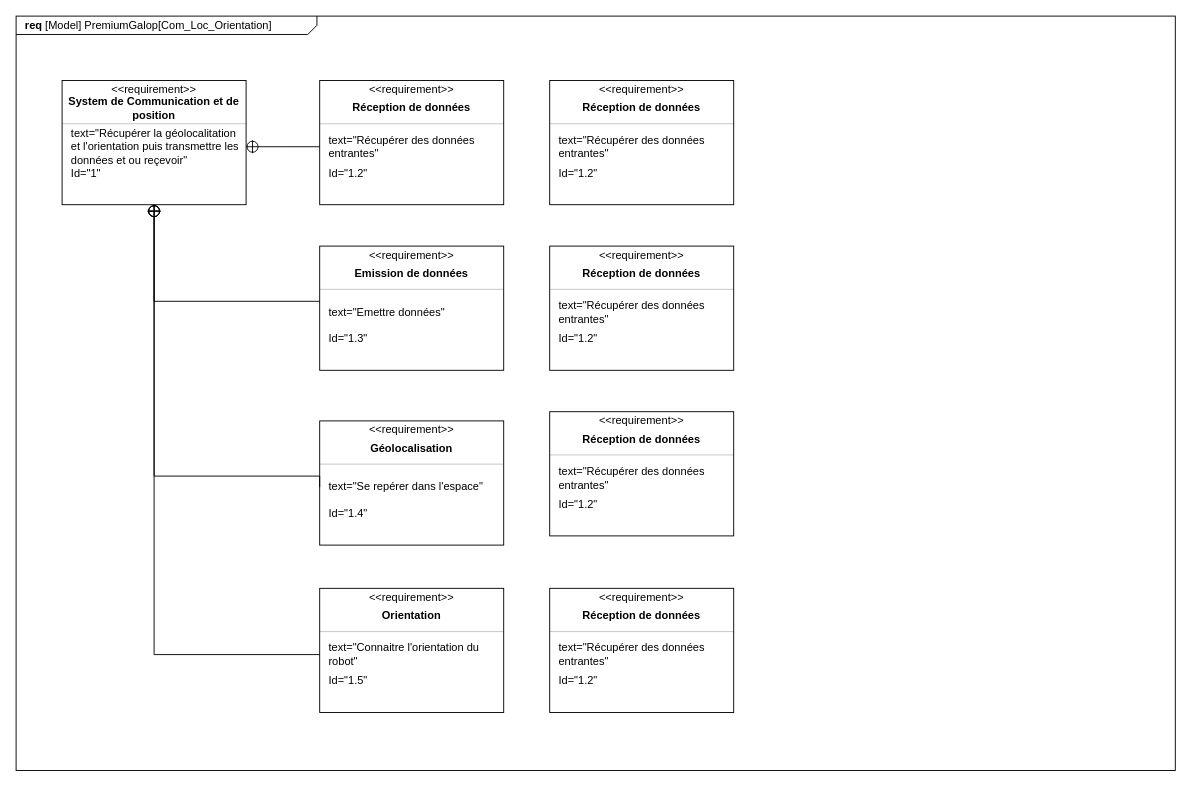
The draw.io diagram SYSML/Req_communication_géolocalisation_orientation.drawio in ToGen49/Hippodrome, before the edit. Source tidied: cells renumbered, new cells numbered last; positions are measured from the earlier drawing's top-left corner, leaving out a move shared by most shapes. Both pictures are drawn from the tidied source at 92%, with x=0, y=0 at pixel (16, 16).
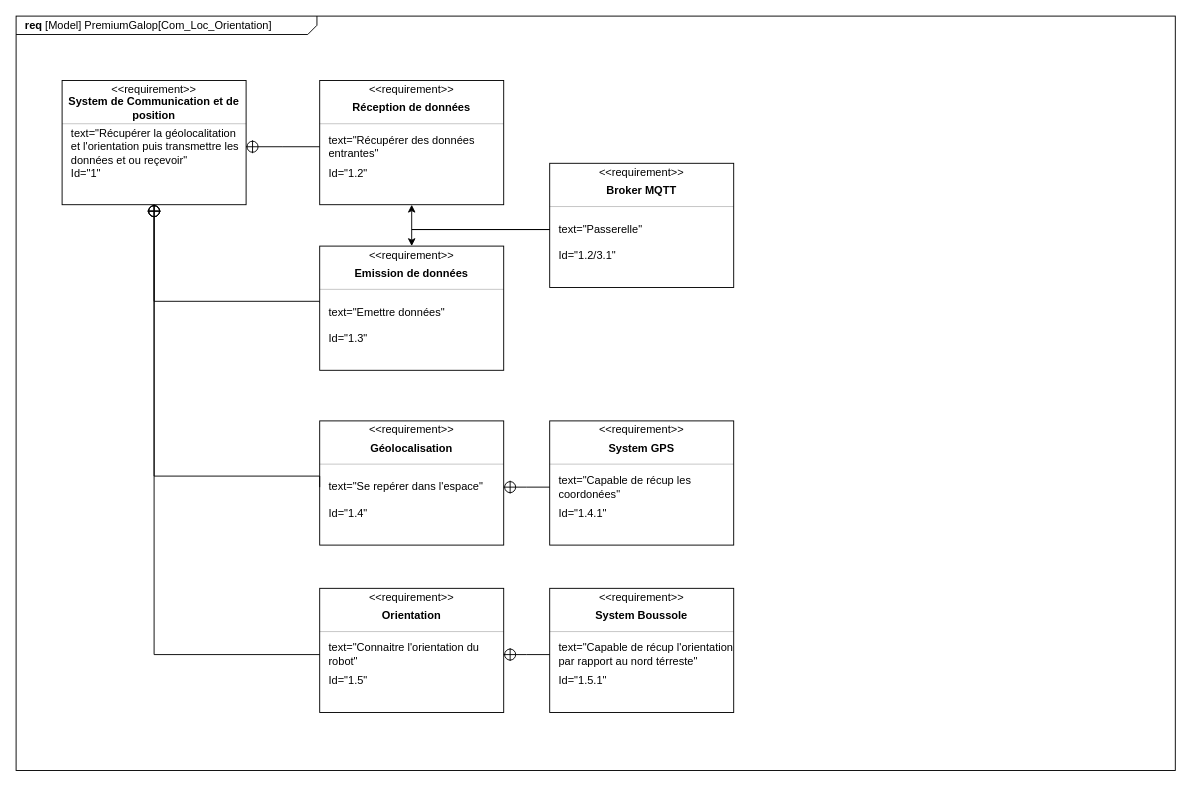
Above is the later version.

Commit message:
Mettre à jour Req_communication_géolocalisation_orientation.drawio

The change refers to these unchanged cells:
```xml
<mxCell id="16" style="html=1;align=center;spacing=0;verticalAlign=middle;strokeColor=none;fillColor=none;whiteSpace=wrap;" parent="10" vertex="1">
  <mxGeometry y="109" width="200" height="26" as="geometry" />
</mxCell>
<mxCell id="20" value="&amp;lt;&amp;lt;requirement&amp;gt;&amp;gt;" style="html=1;align=center;spacing=0;verticalAlign=middle;strokeColor=none;fillColor=none;whiteSpace=wrap;spacingTop=3;" parent="19" vertex="1">
  <mxGeometry width="200" height="16" as="geometry" />
</mxCell>
<mxCell id="30" value="text=&quot;Se repérer dans l'espace&quot;" style="html=1;align=left;spacing=0;verticalAlign=middle;strokeColor=none;fillColor=none;whiteSpace=wrap;spacingLeft=10;" parent="26" vertex="1">
  <mxGeometry y="51" width="200" height="42" as="geometry" />
</mxCell>
<mxCell id="38" value="text=&quot;Connaitre l'orientation du robot&quot;" style="html=1;align=left;spacing=0;verticalAlign=middle;strokeColor=none;fillColor=none;whiteSpace=wrap;spacingLeft=10;" parent="34" vertex="1">
  <mxGeometry y="51" width="200" height="42" as="geometry" />
</mxCell>
<mxCell id="63" style="fontStyle=1;align=center;verticalAlign=middle;horizontal=1;" parent="1" vertex="1">
  <mxGeometry x="580" y="622" width="200" height="135" as="geometry" />
</mxCell>
```

Change to the diagram source:
```diff
@@
     <mxCell id="42" style="fontStyle=1;align=center;verticalAlign=middle;horizontal=1;" parent="1" vertex="1">
-      <mxGeometry x="580" y="70" width="200" height="135" as="geometry" />
+      <mxGeometry x="580" y="160" width="200" height="135" as="geometry" />
     </mxCell>
@@
-    <mxCell id="44" value="Réception de données" style="html=1;align=center;spacing=0;verticalAlign=middle;strokeColor=none;fillColor=none;whiteSpace=wrap;fontStyle=1;" parent="42" vertex="1">
+    <mxCell id="44" value="Broker MQTT" style="html=1;align=center;spacing=0;verticalAlign=middle;strokeColor=none;fillColor=none;whiteSpace=wrap;fontStyle=1;" parent="42" vertex="1">
       <mxGeometry y="16" width="200" height="27" as="geometry" />
     </mxCell>
@@
-    <mxCell id="46" value="text=&quot;Récupérer des données entrantes&quot;" style="html=1;align=left;spacing=0;verticalAlign=middle;strokeColor=none;fillColor=none;whiteSpace=wrap;spacingLeft=10;" parent="42" vertex="1">
+    <mxCell id="46" value="text=&quot;Passerelle&quot;" style="html=1;align=left;spacing=0;verticalAlign=middle;strokeColor=none;fillColor=none;whiteSpace=wrap;spacingLeft=10;" parent="42" vertex="1">
       <mxGeometry y="51" width="200" height="42" as="geometry" />
     </mxCell>
-    <mxCell id="47" value="Id=&quot;1.2&quot;" style="html=1;align=left;spacing=0;verticalAlign=middle;strokeColor=none;fillColor=none;whiteSpace=wrap;spacingLeft=10;" parent="42" vertex="1">
+    <mxCell id="47" value="Id=&quot;1.2/3.1&quot;" style="html=1;align=left;spacing=0;verticalAlign=middle;strokeColor=none;fillColor=none;whiteSpace=wrap;spacingLeft=10;" parent="42" vertex="1">
       <mxGeometry y="93" width="200" height="16" as="geometry" />
     </mxCell>
@@
-    <mxCell id="49" style="fontStyle=1;align=center;verticalAlign=middle;horizontal=1;" parent="1" vertex="1">
-      <mxGeometry x="580" y="250" width="200" height="135" as="geometry" />
-    </mxCell>
-    <mxCell id="50" value="&amp;lt;&amp;lt;requirement&amp;gt;&amp;gt;" style="html=1;align=center;spacing=0;verticalAlign=middle;strokeColor=none;fillColor=none;whiteSpace=wrap;spacingTop=3;" parent="49" vertex="1">
-      <mxGeometry width="200" height="16" as="geometry" />
-    </mxCell>
-    <mxCell id="51" value="Réception de données" style="html=1;align=center;spacing=0;verticalAlign=middle;strokeColor=none;fillColor=none;whiteSpace=wrap;fontStyle=1;" parent="49" vertex="1">
-      <mxGeometry y="16" width="200" height="27" as="geometry" />
-    </mxCell>
-    <mxCell id="52" style="line;strokeWidth=0.25;fillColor=none;align=left;verticalAlign=middle;spacingTop=-1;spacingLeft=3;spacingRight=3;labelPosition=right;" parent="49" vertex="1">
-      <mxGeometry y="43" width="200" height="8" as="geometry" />
-    </mxCell>
-    <mxCell id="53" value="text=&quot;Récupérer des données entrantes&quot;" style="html=1;align=left;spacing=0;verticalAlign=middle;strokeColor=none;fillColor=none;whiteSpace=wrap;spacingLeft=10;" parent="49" vertex="1">
-      <mxGeometry y="51" width="200" height="42" as="geometry" />
-    </mxCell>
-    <mxCell id="54" value="Id=&quot;1.2&quot;" style="html=1;align=left;spacing=0;verticalAlign=middle;strokeColor=none;fillColor=none;whiteSpace=wrap;spacingLeft=10;" parent="49" vertex="1">
-      <mxGeometry y="93" width="200" height="16" as="geometry" />
-    </mxCell>
-    <mxCell id="55" style="html=1;align=center;spacing=0;verticalAlign=middle;strokeColor=none;fillColor=none;whiteSpace=wrap;" parent="49" vertex="1">
-      <mxGeometry y="109" width="200" height="26" as="geometry" />
-    </mxCell>
     <mxCell id="56" style="fontStyle=1;align=center;verticalAlign=middle;horizontal=1;" parent="1" vertex="1">
-      <mxGeometry x="580" y="430" width="200" height="135" as="geometry" />
+      <mxGeometry x="580" y="440" width="200" height="135" as="geometry" />
     </mxCell>
@@
-    <mxCell id="58" value="Réception de données" style="html=1;align=center;spacing=0;verticalAlign=middle;strokeColor=none;fillColor=none;whiteSpace=wrap;fontStyle=1;" parent="56" vertex="1">
+    <mxCell id="58" value="System GPS" style="html=1;align=center;spacing=0;verticalAlign=middle;strokeColor=none;fillColor=none;whiteSpace=wrap;fontStyle=1;" parent="56" vertex="1">
       <mxGeometry y="16" width="200" height="27" as="geometry" />
     </mxCell>
@@
-    <mxCell id="60" value="text=&quot;Récupérer des données entrantes&quot;" style="html=1;align=left;spacing=0;verticalAlign=middle;strokeColor=none;fillColor=none;whiteSpace=wrap;spacingLeft=10;" parent="56" vertex="1">
+    <mxCell id="60" value="text=&quot;Capable de récup les coordonées&quot;" style="html=1;align=left;spacing=0;verticalAlign=middle;strokeColor=none;fillColor=none;whiteSpace=wrap;spacingLeft=10;" parent="56" vertex="1">
       <mxGeometry y="51" width="200" height="42" as="geometry" />
     </mxCell>
-    <mxCell id="61" value="Id=&quot;1.2&quot;" style="html=1;align=left;spacing=0;verticalAlign=middle;strokeColor=none;fillColor=none;whiteSpace=wrap;spacingLeft=10;" parent="56" vertex="1">
+    <mxCell id="61" value="Id=&quot;1.4.1&lt;span style=&quot;background-color: transparent; color: light-dark(rgb(0, 0, 0), rgb(255, 255, 255));&quot;&gt;&quot;&lt;/span&gt;" style="html=1;align=left;spacing=0;verticalAlign=middle;strokeColor=none;fillColor=none;whiteSpace=wrap;spacingLeft=10;" parent="56" vertex="1">
       <mxGeometry y="93" width="200" height="16" as="geometry" />
     </mxCell>
@@
-    <mxCell id="65" value="Réception de données" style="html=1;align=center;spacing=0;verticalAlign=middle;strokeColor=none;fillColor=none;whiteSpace=wrap;fontStyle=1;" parent="63" vertex="1">
+    <mxCell id="65" value="System Boussole" style="html=1;align=center;spacing=0;verticalAlign=middle;strokeColor=none;fillColor=none;whiteSpace=wrap;fontStyle=1;" parent="63" vertex="1">
       <mxGeometry y="16" width="200" height="27" as="geometry" />
     </mxCell>
@@
-    <mxCell id="67" value="text=&quot;Récupérer des données entrantes&quot;" style="html=1;align=left;spacing=0;verticalAlign=middle;strokeColor=none;fillColor=none;whiteSpace=wrap;spacingLeft=10;" parent="63" vertex="1">
+    <mxCell id="67" value="text=&quot;Capable de récup l'orientation par rapport au nord térreste&quot;" style="html=1;align=left;spacing=0;verticalAlign=middle;strokeColor=none;fillColor=none;whiteSpace=wrap;spacingLeft=10;" parent="63" vertex="1">
       <mxGeometry y="51" width="200" height="42" as="geometry" />
     </mxCell>
-    <mxCell id="68" value="Id=&quot;1.2&quot;" style="html=1;align=left;spacing=0;verticalAlign=middle;strokeColor=none;fillColor=none;whiteSpace=wrap;spacingLeft=10;" parent="63" vertex="1">
+    <mxCell id="68" value="Id=&quot;1.5.1&quot;" style="html=1;align=left;spacing=0;verticalAlign=middle;strokeColor=none;fillColor=none;whiteSpace=wrap;spacingLeft=10;" parent="63" vertex="1">
       <mxGeometry y="93" width="200" height="16" as="geometry" />
     </mxCell>
@@
+    <mxCell id="70" style="edgeStyle=orthogonalEdgeStyle;rounded=0;jettySize=auto;html=1;exitX=0;exitY=0.5;exitDx=0;exitDy=0;entryX=0.5;entryY=1;entryDx=0;entryDy=0;" parent="1" edge="1" source="46" target="16">
+      <mxGeometry relative="1" as="geometry" />
+    </mxCell>
+    <mxCell id="71" style="edgeStyle=orthogonalEdgeStyle;rounded=0;jettySize=auto;html=1;exitX=0;exitY=0.5;exitDx=0;exitDy=0;entryX=0.5;entryY=0;entryDx=0;entryDy=0;" parent="1" edge="1" source="46" target="20">
+      <mxGeometry relative="1" as="geometry">
+        <Array as="points">
+          <mxPoint x="430" y="232" />
+        </Array>
+      </mxGeometry>
+    </mxCell>
+    <mxCell id="72" style="rounded=0;html=1;labelBackgroundColor=none;endArrow=none;edgeStyle=elbowEdgeStyle;elbow=vertical;startArrow=sysMLPackCont;startSize=12;entryX=0;entryY=0.5;entryDx=0;entryDy=0;exitX=1;exitY=0.5;exitDx=0;exitDy=0;" parent="1" edge="1" source="30" target="60">
+      <mxGeometry relative="1" as="geometry" />
+    </mxCell>
+    <mxCell id="73" style="rounded=0;html=1;labelBackgroundColor=none;endArrow=none;edgeStyle=elbowEdgeStyle;elbow=vertical;startArrow=sysMLPackCont;startSize=12;entryX=0;entryY=0.5;entryDx=0;entryDy=0;exitX=1;exitY=0.5;exitDx=0;exitDy=0;" parent="1" edge="1" source="38" target="67">
+      <mxGeometry relative="1" as="geometry" />
+    </mxCell>
```
